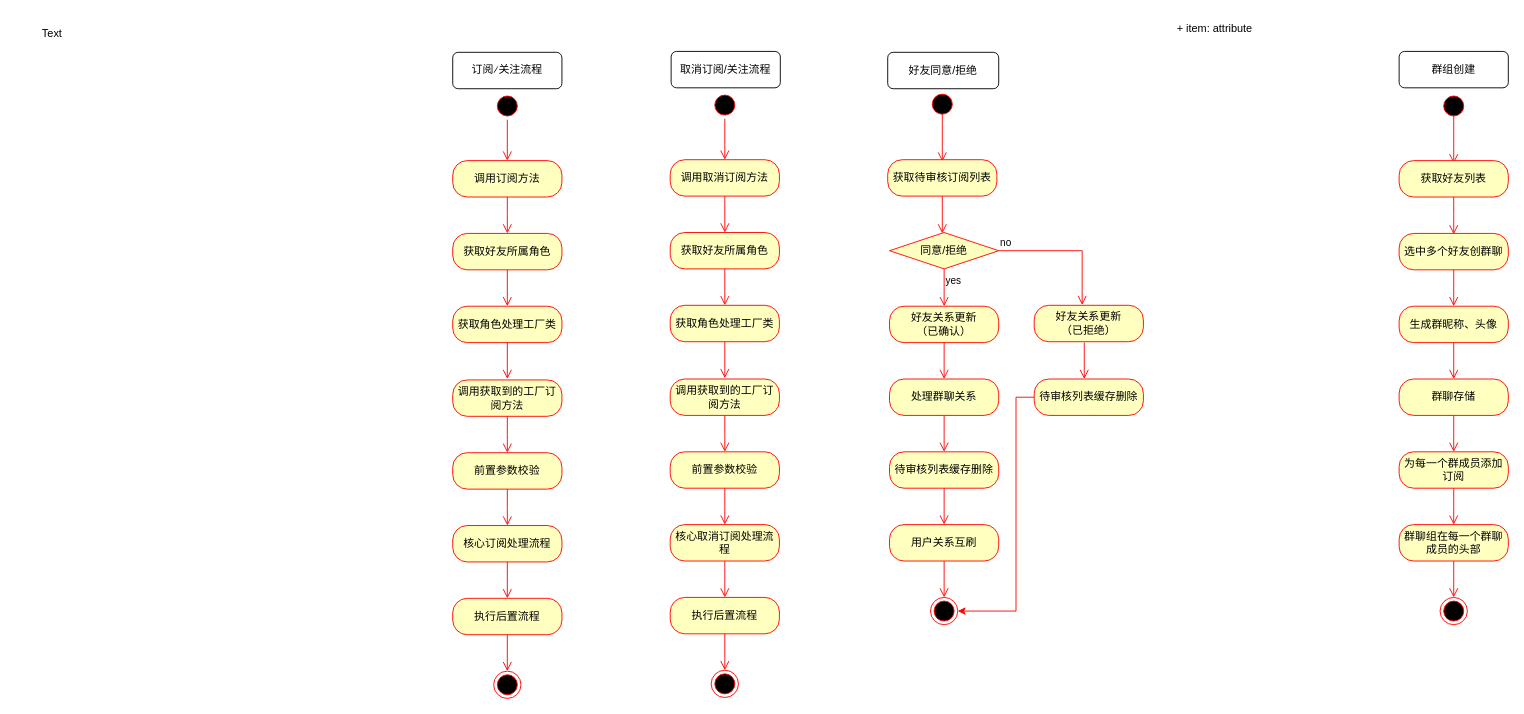
niuxiaocong/knowledage-notes keeps this draw.io diagram as webchat/二、好友关系设计.drawio. Above is the earlier version. Source tidied: cells renumbered, new cells numbered last; positions are measured from the earlier drawing's top-left corner, leaving out a move shared by most shapes. Both pictures are drawn from the tidied source at 91%, with x=0, y=0 at pixel (15, 15).
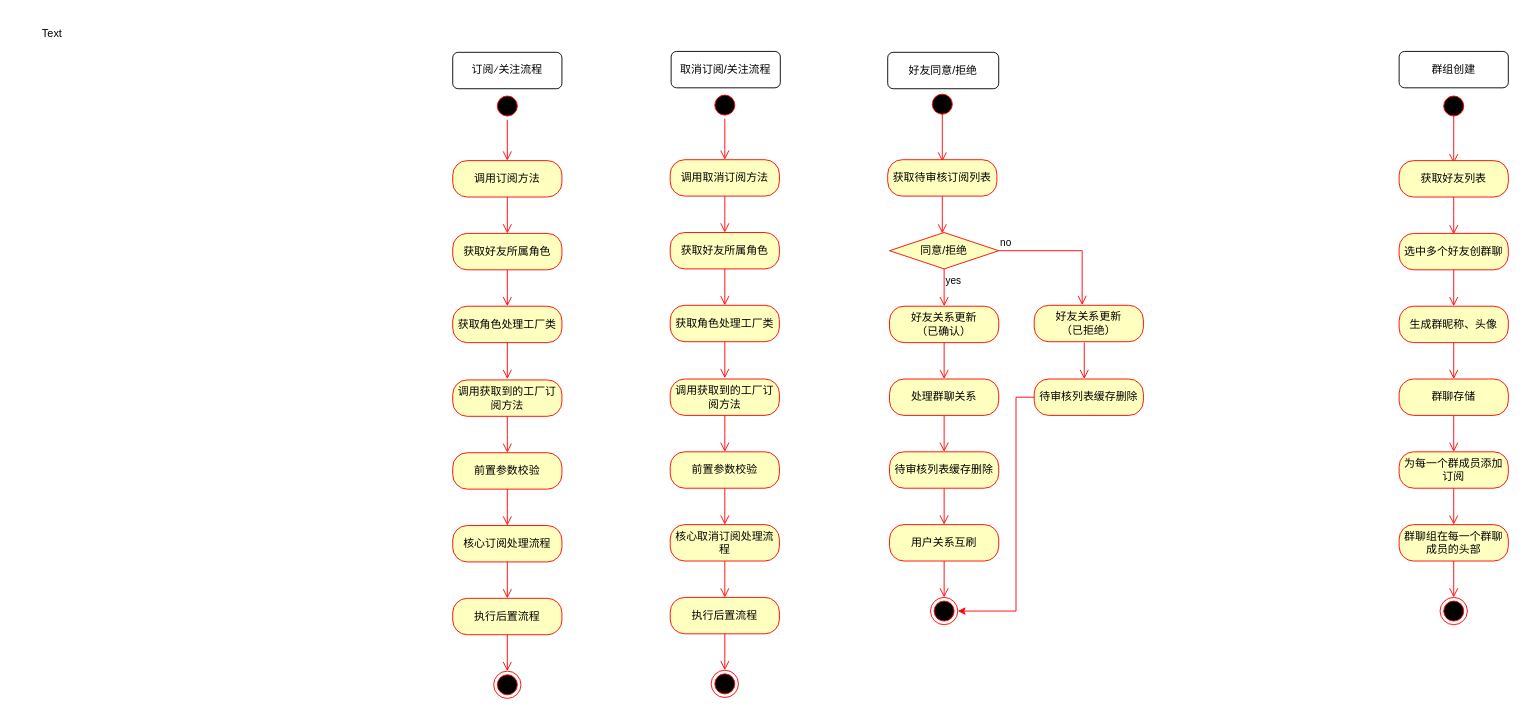
The same page after the edit.

Commit message:
更新二、好友关系设计.drawio

What changed in the source:
```diff
@@
-    <mxCell id="60" value="+ item: attribute" style="text;strokeColor=none;fillColor=none;align=left;verticalAlign=top;spacingLeft=4;spacingRight=4;overflow=hidden;whiteSpace=wrap;html=1;" parent="1" vertex="1">
-      <mxGeometry x="1270" width="100" height="26" as="geometry" />
-    </mxCell>
```
